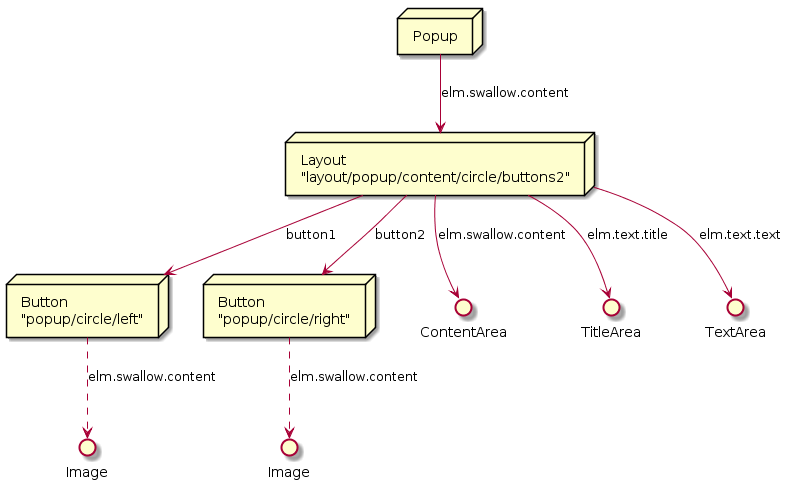
Before: doc/design/uml/TwoButtonPopup_SceneGraph.png, a diagram exported from PlantUML (Samsung/Tizen.CircularUI). The source it was exported from:
```plantuml
@startuml ConfirmationPopup_SceneGraph.png

node ConfirmationPopup [
    Popup
]

node BaseLayout [
    Layout
    "layout/popup/content/circle/buttons2"
]

node FirstButton [
    Button
    "popup/circle/left"
]

node SecondButton [
    Button
    "popup/circle/right"
]

interface FirstButtonImage [
    Image
]

interface SecondButtonImage [
    Image
]

() ContentArea
() TitleArea
() TextArea

ConfirmationPopup --> BaseLayout :  "elm.swallow.content"
BaseLayout --> ContentArea : "elm.swallow.content"
BaseLayout --> TitleArea : "elm.text.title"
BaseLayout --> TextArea : "elm.text.text"
BaseLayout --> FirstButton : "button1"
BaseLayout --> SecondButton : "button2"

FirstButton ..> FirstButtonImage : "elm.swallow.content"
SecondButton ..> SecondButtonImage : "elm.swallow.content"
@enduml
```
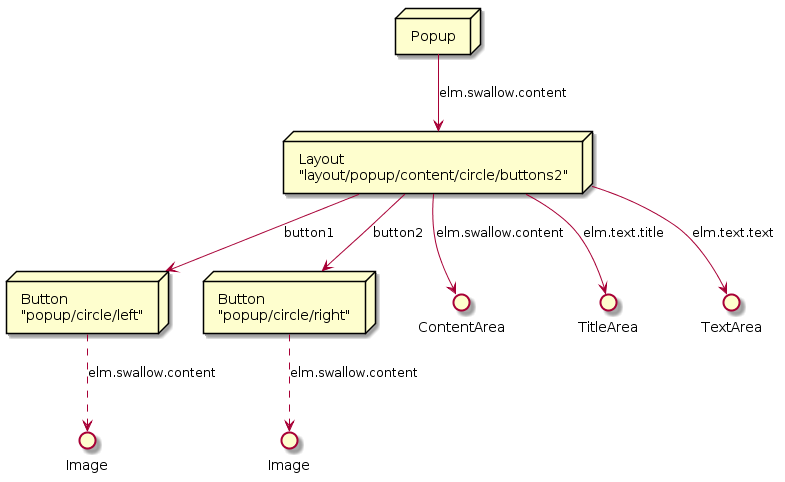
The same file after the commit.

Diff of the diagram source:
```diff
@@ -1,6 +1,6 @@
-@startuml ConfirmationPopup_SceneGraph.png
+@startuml TwoButtonPopup_SceneGraph.png
 
-node ConfirmationPopup [
+node TwoButtonPopup [
     Popup
 ]
 
@@ -31,7 +31,7 @@
 () TitleArea
 () TextArea
 
-ConfirmationPopup --> BaseLayout :  "elm.swallow.content"
+TwoButtonPopup --> BaseLayout :  "elm.swallow.content"
 BaseLayout --> ContentArea : "elm.swallow.content"
 BaseLayout --> TitleArea : "elm.text.title"
 BaseLayout --> TextArea : "elm.text.text"
```
